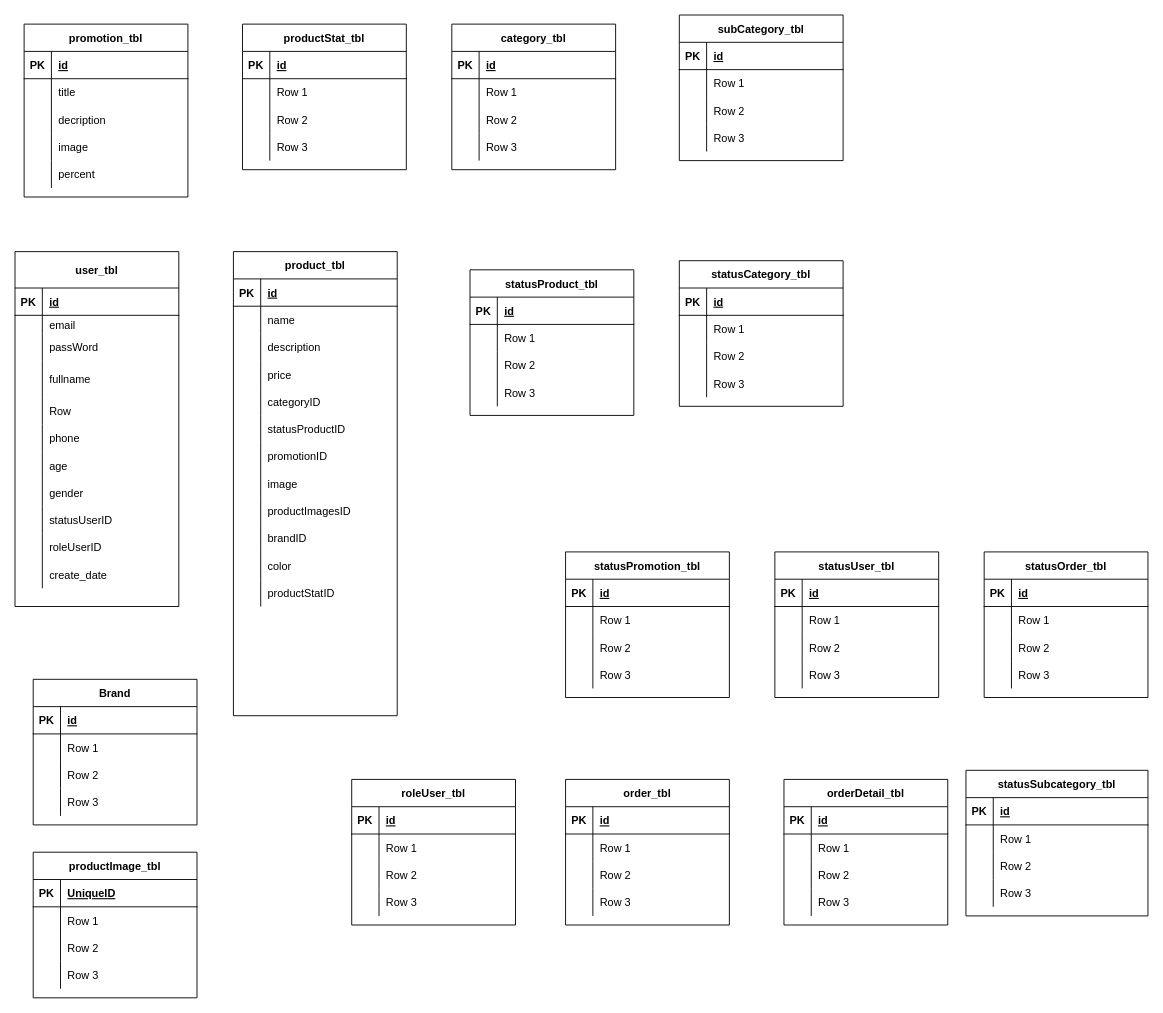
Earlier version of the draw.io diagram ERD_SHOP.drawio (ToanNguyenSVR/Ecommerce_Project). Source tidied: cells renumbered, new cells numbered last; positions are measured from the earlier drawing's top-left corner, leaving out a move shared by most shapes. Both pictures are drawn from the tidied source at 91%, with x=0, y=0 at pixel (15, 15).
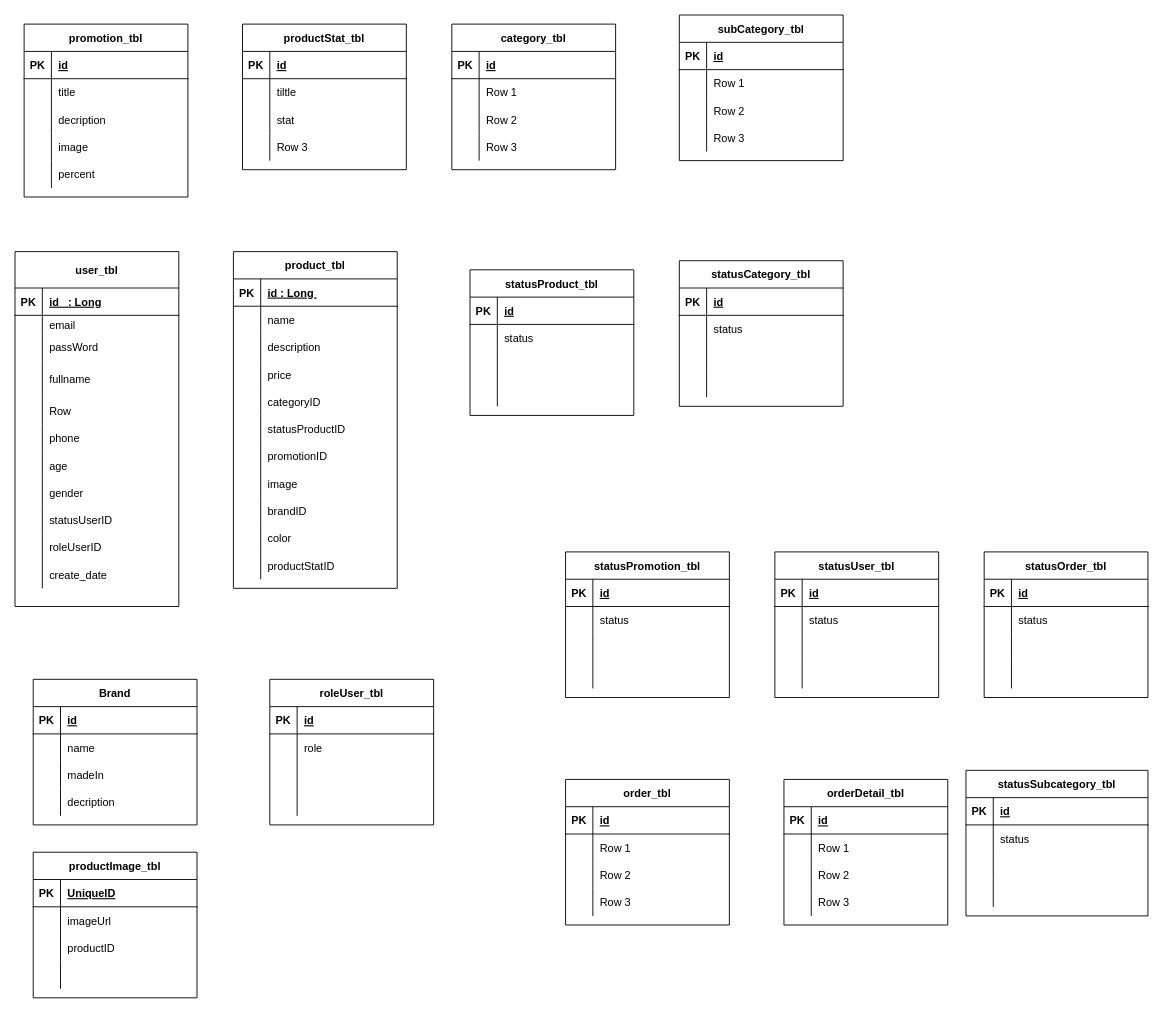
The same diagram, later.

The change refers to these unchanged cells:
```xml
<mxCell id="19" style="shape=partialRectangle;fillColor=none;top=0;left=0;bottom=1;right=0;" parent="18" vertex="1">
<mxCell id="59" style="shape=partialRectangle;fillColor=none;top=0;left=0;bottom=0;right=0;" parent="55" vertex="1">
<mxCell id="62" style="shape=partialRectangle;fillColor=none;top=0;left=0;bottom=0;right=0;" parent="55" vertex="1">
<mxCell id="65" style="shape=partialRectangle;fillColor=none;top=0;left=0;bottom=0;right=0;" parent="55" vertex="1">
<mxCell id="72" style="shape=partialRectangle;fillColor=none;top=0;left=0;bottom=0;right=0;" parent="68" vertex="1">
<mxCell id="75" style="shape=partialRectangle;fillColor=none;top=0;left=0;bottom=0;right=0;" parent="68" vertex="1">
<mxCell id="78" style="shape=partialRectangle;fillColor=none;top=0;left=0;bottom=0;right=0;" parent="68" vertex="1">
<mxCell id="98" style="shape=partialRectangle;fillColor=none;top=0;left=0;bottom=0;right=0;" parent="94" vertex="1">
<mxCell id="101" style="shape=partialRectangle;fillColor=none;top=0;left=0;bottom=0;right=0;" parent="94" vertex="1">
<mxCell id="104" style="shape=partialRectangle;fillColor=none;top=0;left=0;bottom=0;right=0;" parent="94" vertex="1">
<mxCell id="111" style="shape=partialRectangle;fillColor=none;top=0;left=0;bottom=0;right=0;" parent="107" vertex="1">
<mxCell id="114" style="shape=partialRectangle;fillColor=none;top=0;left=0;bottom=0;right=0;" parent="107" vertex="1">
<mxCell id="117" style="shape=partialRectangle;fillColor=none;top=0;left=0;bottom=0;right=0;" parent="107" vertex="1">
<mxCell id="121" style="shape=partialRectangle;fillColor=none;top=0;left=0;bottom=1;right=0;" parent="120" vertex="1">
<mxCell id="167" value="productStat_tbl" style="shape=table;startSize=30;childLayout=tableLayout;rowLines=0;fontStyle=1;align=center;" parent="1" vertex="1">
<mxCell id="210" style="shape=partialRectangle;fillColor=none;top=0;left=0;bottom=0;right=0;" parent="206" vertex="1">
<mxCell id="213" style="shape=partialRectangle;fillColor=none;top=0;left=0;bottom=0;right=0;" parent="206" vertex="1">
<mxCell id="216" style="shape=partialRectangle;fillColor=none;top=0;left=0;bottom=0;right=0;" parent="206" vertex="1">
<mxCell id="223" style="shape=partialRectangle;fillColor=none;top=0;left=0;bottom=0;right=0;" parent="219" vertex="1">
<mxCell id="226" style="shape=partialRectangle;fillColor=none;top=0;left=0;bottom=0;right=0;" parent="219" vertex="1">
<mxCell id="229" style="shape=partialRectangle;fillColor=none;top=0;left=0;bottom=0;right=0;" parent="219" vertex="1">
<mxCell id="236" style="shape=partialRectangle;fillColor=none;top=0;left=0;bottom=0;right=0;align=center;" parent="232" vertex="1">
<mxCell id="239" style="shape=partialRectangle;fillColor=none;top=0;left=0;bottom=0;right=0;align=center;" parent="232" vertex="1">
<mxCell id="242" style="shape=partialRectangle;fillColor=none;top=0;left=0;bottom=0;right=0;align=center;" parent="232" vertex="1">
<mxCell id="249" style="shape=partialRectangle;fillColor=none;top=0;left=0;bottom=0;right=0;align=center;" parent="245" vertex="1">
<mxCell id="252" style="shape=partialRectangle;fillColor=none;top=0;left=0;bottom=0;right=0;align=center;" parent="245" vertex="1">
<mxCell id="255" style="shape=partialRectangle;fillColor=none;top=0;left=0;bottom=0;right=0;align=center;" parent="245" vertex="1">
<mxCell id="262" style="shape=partialRectangle;fillColor=none;top=0;left=0;bottom=0;right=0;align=center;" parent="258" vertex="1">
<mxCell id="265" style="shape=partialRectangle;fillColor=none;top=0;left=0;bottom=0;right=0;align=center;" parent="258" vertex="1">
<mxCell id="268" style="shape=partialRectangle;fillColor=none;top=0;left=0;bottom=0;right=0;align=center;" parent="258" vertex="1">
```

What changed in the source:
```diff
@@
     <mxCell id="18" value="product_tbl" style="shape=table;startSize=30;childLayout=tableLayout;rowLines=0;fontStyle=1;align=center;" parent="1" vertex="1">
-      <mxGeometry x="240" y="260" width="180" height="510" as="geometry" />
+      <mxGeometry x="240" y="260" width="180" height="370" as="geometry" />
     </mxCell>
@@
-    <mxCell id="21" value="id" style="shape=partialRectangle;fillColor=none;top=0;left=0;bottom=0;right=0;align=left;spacingLeft=6;fontStyle=5;overflow=hidden;" parent="19" vertex="1">
+    <mxCell id="21" value="id : Long " style="shape=partialRectangle;fillColor=none;top=0;left=0;bottom=0;right=0;align=left;spacingLeft=6;fontStyle=5;overflow=hidden;" parent="19" vertex="1">
       <mxGeometry x="30" width="150" height="30" as="geometry" />
     </mxCell>
@@
-    <mxCell id="43" style="shape=partialRectangle;fillColor=none;top=0;left=0;bottom=0;right=0;align=center;" parent="18" vertex="1">
-      <mxGeometry y="270" width="180" height="30" as="geometry" />
-    </mxCell>
-    <mxCell id="44" style="shape=partialRectangle;fillColor=none;top=0;left=0;bottom=0;right=0;overflow=hidden;align=center;" parent="43" vertex="1">
-      <mxGeometry width="30" height="30" as="geometry" />
-    </mxCell>
-    <mxCell id="45" value="productImagesID" style="shape=partialRectangle;fillColor=none;top=0;left=0;bottom=0;right=0;align=left;spacingLeft=6;overflow=hidden;" parent="43" vertex="1">
-      <mxGeometry x="30" width="150" height="30" as="geometry" />
-    </mxCell>
     <mxCell id="46" style="shape=partialRectangle;fillColor=none;top=0;left=0;bottom=0;right=0;align=center;" parent="18" vertex="1">
-      <mxGeometry y="300" width="180" height="30" as="geometry" />
+      <mxGeometry y="270" width="180" height="30" as="geometry" />
     </mxCell>
@@
     <mxCell id="49" style="shape=partialRectangle;fillColor=none;top=0;left=0;bottom=0;right=0;align=center;" parent="18" vertex="1">
-      <mxGeometry y="330" width="180" height="30" as="geometry" />
+      <mxGeometry y="300" width="180" height="30" as="geometry" />
     </mxCell>
@@
     <mxCell id="52" style="shape=partialRectangle;fillColor=none;top=0;left=0;bottom=0;right=0;align=center;" parent="18" vertex="1">
-      <mxGeometry y="360" width="180" height="30" as="geometry" />
+      <mxGeometry y="330" width="180" height="30" as="geometry" />
     </mxCell>
@@
-    <mxCell id="61" value="Row 1" style="shape=partialRectangle;fillColor=none;top=0;left=0;bottom=0;right=0;align=left;spacingLeft=6;overflow=hidden;" parent="59" vertex="1">
+    <mxCell id="61" value="status" style="shape=partialRectangle;fillColor=none;top=0;left=0;bottom=0;right=0;align=left;spacingLeft=6;overflow=hidden;" parent="59" vertex="1">
       <mxGeometry x="30" width="150" height="30" as="geometry" />
     </mxCell>
@@
-    <mxCell id="64" value="Row 2" style="shape=partialRectangle;fillColor=none;top=0;left=0;bottom=0;right=0;align=left;spacingLeft=6;overflow=hidden;" parent="62" vertex="1">
+    <mxCell id="64" style="shape=partialRectangle;fillColor=none;top=0;left=0;bottom=0;right=0;align=left;spacingLeft=6;overflow=hidden;" parent="62" vertex="1">
       <mxGeometry x="30" width="150" height="30" as="geometry" />
     </mxCell>
@@
-    <mxCell id="67" value="Row 3" style="shape=partialRectangle;fillColor=none;top=0;left=0;bottom=0;right=0;align=left;spacingLeft=6;overflow=hidden;" parent="65" vertex="1">
+    <mxCell id="67" style="shape=partialRectangle;fillColor=none;top=0;left=0;bottom=0;right=0;align=left;spacingLeft=6;overflow=hidden;" parent="65" vertex="1">
       <mxGeometry x="30" width="150" height="30" as="geometry" />
     </mxCell>
@@
-    <mxCell id="74" value="Row 1" style="shape=partialRectangle;fillColor=none;top=0;left=0;bottom=0;right=0;align=left;spacingLeft=6;overflow=hidden;" parent="72" vertex="1">
+    <mxCell id="74" value="status" style="shape=partialRectangle;fillColor=none;top=0;left=0;bottom=0;right=0;align=left;spacingLeft=6;overflow=hidden;" parent="72" vertex="1">
       <mxGeometry x="30" width="150" height="30" as="geometry" />
     </mxCell>
@@
-    <mxCell id="77" value="Row 2" style="shape=partialRectangle;fillColor=none;top=0;left=0;bottom=0;right=0;align=left;spacingLeft=6;overflow=hidden;" parent="75" vertex="1">
+    <mxCell id="77" style="shape=partialRectangle;fillColor=none;top=0;left=0;bottom=0;right=0;align=left;spacingLeft=6;overflow=hidden;" parent="75" vertex="1">
       <mxGeometry x="30" width="150" height="30" as="geometry" />
     </mxCell>
@@
-    <mxCell id="80" value="Row 3" style="shape=partialRectangle;fillColor=none;top=0;left=0;bottom=0;right=0;align=left;spacingLeft=6;overflow=hidden;" parent="78" vertex="1">
+    <mxCell id="80" style="shape=partialRectangle;fillColor=none;top=0;left=0;bottom=0;right=0;align=left;spacingLeft=6;overflow=hidden;" parent="78" vertex="1">
       <mxGeometry x="30" width="150" height="30" as="geometry" />
     </mxCell>
@@
-    <mxCell id="100" value="Row 1" style="shape=partialRectangle;fillColor=none;top=0;left=0;bottom=0;right=0;align=left;spacingLeft=6;overflow=hidden;" parent="98" vertex="1">
+    <mxCell id="100" value="status" style="shape=partialRectangle;fillColor=none;top=0;left=0;bottom=0;right=0;align=left;spacingLeft=6;overflow=hidden;" parent="98" vertex="1">
       <mxGeometry x="30" width="150" height="30" as="geometry" />
     </mxCell>
@@
-    <mxCell id="103" value="Row 2" style="shape=partialRectangle;fillColor=none;top=0;left=0;bottom=0;right=0;align=left;spacingLeft=6;overflow=hidden;" parent="101" vertex="1">
+    <mxCell id="103" style="shape=partialRectangle;fillColor=none;top=0;left=0;bottom=0;right=0;align=left;spacingLeft=6;overflow=hidden;" parent="101" vertex="1">
       <mxGeometry x="30" width="150" height="30" as="geometry" />
     </mxCell>
@@
-    <mxCell id="106" value="Row 3" style="shape=partialRectangle;fillColor=none;top=0;left=0;bottom=0;right=0;align=left;spacingLeft=6;overflow=hidden;" parent="104" vertex="1">
+    <mxCell id="106" style="shape=partialRectangle;fillColor=none;top=0;left=0;bottom=0;right=0;align=left;spacingLeft=6;overflow=hidden;" parent="104" vertex="1">
       <mxGeometry x="30" width="150" height="30" as="geometry" />
     </mxCell>
@@
-    <mxCell id="113" value="Row 1" style="shape=partialRectangle;fillColor=none;top=0;left=0;bottom=0;right=0;align=left;spacingLeft=6;overflow=hidden;" parent="111" vertex="1">
+    <mxCell id="113" value="status" style="shape=partialRectangle;fillColor=none;top=0;left=0;bottom=0;right=0;align=left;spacingLeft=6;overflow=hidden;" parent="111" vertex="1">
       <mxGeometry x="30" width="170" height="30" as="geometry" />
     </mxCell>
@@
-    <mxCell id="116" value="Row 2" style="shape=partialRectangle;fillColor=none;top=0;left=0;bottom=0;right=0;align=left;spacingLeft=6;overflow=hidden;" parent="114" vertex="1">
+    <mxCell id="116" style="shape=partialRectangle;fillColor=none;top=0;left=0;bottom=0;right=0;align=left;spacingLeft=6;overflow=hidden;" parent="114" vertex="1">
       <mxGeometry x="30" width="170" height="30" as="geometry" />
     </mxCell>
@@
-    <mxCell id="119" value="Row 3" style="shape=partialRectangle;fillColor=none;top=0;left=0;bottom=0;right=0;align=left;spacingLeft=6;overflow=hidden;" parent="117" vertex="1">
+    <mxCell id="119" style="shape=partialRectangle;fillColor=none;top=0;left=0;bottom=0;right=0;align=left;spacingLeft=6;overflow=hidden;" parent="117" vertex="1">
       <mxGeometry x="30" width="170" height="30" as="geometry" />
     </mxCell>
@@
-    <mxCell id="123" value="id" style="shape=partialRectangle;fillColor=none;top=0;left=0;bottom=0;right=0;align=left;spacingLeft=6;fontStyle=5;overflow=hidden;" parent="121" vertex="1">
+    <mxCell id="123" value="id   : Long" style="shape=partialRectangle;fillColor=none;top=0;left=0;bottom=0;right=0;align=left;spacingLeft=6;fontStyle=5;overflow=hidden;" parent="121" vertex="1">
       <mxGeometry x="30" width="150" height="30" as="geometry" />
     </mxCell>
@@
+    <mxCell id="174" style="shape=partialRectangle;fillColor=none;top=0;left=0;bottom=0;right=0;" parent="167" vertex="1">
+      <mxGeometry y="60" width="180" height="30" as="geometry" />
+    </mxCell>
+    <mxCell id="175" style="shape=partialRectangle;fillColor=none;top=0;left=0;bottom=0;right=0;overflow=hidden;" parent="174" vertex="1">
+      <mxGeometry width="30" height="30" as="geometry" />
+    </mxCell>
+    <mxCell id="176" value="tiltle" style="shape=partialRectangle;fillColor=none;top=0;left=0;bottom=0;right=0;align=left;spacingLeft=6;overflow=hidden;" parent="174" vertex="1">
+      <mxGeometry x="30" width="150" height="30" as="geometry" />
+    </mxCell>
     <mxCell id="171" style="shape=partialRectangle;fillColor=none;top=0;left=0;bottom=0;right=0;" parent="167" vertex="1">
-      <mxGeometry y="60" width="180" height="30" as="geometry" />
+      <mxGeometry y="90" width="180" height="30" as="geometry" />
     </mxCell>
@@
-    <mxCell id="173" value="Row 1" style="shape=partialRectangle;fillColor=none;top=0;left=0;bottom=0;right=0;align=left;spacingLeft=6;overflow=hidden;" parent="171" vertex="1">
+    <mxCell id="173" value="stat" style="shape=partialRectangle;fillColor=none;top=0;left=0;bottom=0;right=0;align=left;spacingLeft=6;overflow=hidden;" parent="171" vertex="1">
       <mxGeometry x="30" width="150" height="30" as="geometry" />
     </mxCell>
-    <mxCell id="174" style="shape=partialRectangle;fillColor=none;top=0;left=0;bottom=0;right=0;" parent="167" vertex="1">
-      <mxGeometry y="90" width="180" height="30" as="geometry" />
-    </mxCell>
-    <mxCell id="175" style="shape=partialRectangle;fillColor=none;top=0;left=0;bottom=0;right=0;overflow=hidden;" parent="174" vertex="1">
-      <mxGeometry width="30" height="30" as="geometry" />
-    </mxCell>
-    <mxCell id="176" value="Row 2" style="shape=partialRectangle;fillColor=none;top=0;left=0;bottom=0;right=0;align=left;spacingLeft=6;overflow=hidden;" parent="174" vertex="1">
-      <mxGeometry x="30" width="150" height="30" as="geometry" />
-    </mxCell>
@@
-    <mxCell id="212" value="Row 1" style="shape=partialRectangle;fillColor=none;top=0;left=0;bottom=0;right=0;align=left;spacingLeft=6;overflow=hidden;" parent="210" vertex="1">
+    <mxCell id="212" value="status" style="shape=partialRectangle;fillColor=none;top=0;left=0;bottom=0;right=0;align=left;spacingLeft=6;overflow=hidden;" parent="210" vertex="1">
       <mxGeometry x="30" width="150" height="30" as="geometry" />
     </mxCell>
@@
-    <mxCell id="215" value="Row 2" style="shape=partialRectangle;fillColor=none;top=0;left=0;bottom=0;right=0;align=left;spacingLeft=6;overflow=hidden;" parent="213" vertex="1">
+    <mxCell id="215" style="shape=partialRectangle;fillColor=none;top=0;left=0;bottom=0;right=0;align=left;spacingLeft=6;overflow=hidden;" parent="213" vertex="1">
       <mxGeometry x="30" width="150" height="30" as="geometry" />
     </mxCell>
@@
-    <mxCell id="218" value="Row 3" style="shape=partialRectangle;fillColor=none;top=0;left=0;bottom=0;right=0;align=left;spacingLeft=6;overflow=hidden;" parent="216" vertex="1">
+    <mxCell id="218" style="shape=partialRectangle;fillColor=none;top=0;left=0;bottom=0;right=0;align=left;spacingLeft=6;overflow=hidden;" parent="216" vertex="1">
       <mxGeometry x="30" width="150" height="30" as="geometry" />
     </mxCell>
@@
-    <mxCell id="225" value="Row 1" style="shape=partialRectangle;fillColor=none;top=0;left=0;bottom=0;right=0;align=left;spacingLeft=6;overflow=hidden;" parent="223" vertex="1">
+    <mxCell id="225" value="status" style="shape=partialRectangle;fillColor=none;top=0;left=0;bottom=0;right=0;align=left;spacingLeft=6;overflow=hidden;" parent="223" vertex="1">
       <mxGeometry x="30" width="150" height="30" as="geometry" />
     </mxCell>
@@
-    <mxCell id="228" value="Row 2" style="shape=partialRectangle;fillColor=none;top=0;left=0;bottom=0;right=0;align=left;spacingLeft=6;overflow=hidden;" parent="226" vertex="1">
+    <mxCell id="228" style="shape=partialRectangle;fillColor=none;top=0;left=0;bottom=0;right=0;align=left;spacingLeft=6;overflow=hidden;" parent="226" vertex="1">
       <mxGeometry x="30" width="150" height="30" as="geometry" />
     </mxCell>
@@
-    <mxCell id="231" value="Row 3" style="shape=partialRectangle;fillColor=none;top=0;left=0;bottom=0;right=0;align=left;spacingLeft=6;overflow=hidden;" parent="229" vertex="1">
+    <mxCell id="231" style="shape=partialRectangle;fillColor=none;top=0;left=0;bottom=0;right=0;align=left;spacingLeft=6;overflow=hidden;" parent="229" vertex="1">
       <mxGeometry x="30" width="150" height="30" as="geometry" />
     </mxCell>
     <mxCell id="232" value="roleUser_tbl" style="shape=table;startSize=30;childLayout=tableLayout;rowLines=0;fontStyle=1;align=center;" parent="1" vertex="1">
-      <mxGeometry x="370" y="840" width="180" height="160" as="geometry" />
+      <mxGeometry x="280" y="730" width="180" height="160" as="geometry" />
     </mxCell>
@@
-    <mxCell id="238" value="Row 1" style="shape=partialRectangle;fillColor=none;top=0;left=0;bottom=0;right=0;align=left;spacingLeft=6;overflow=hidden;" parent="236" vertex="1">
+    <mxCell id="238" value="role" style="shape=partialRectangle;fillColor=none;top=0;left=0;bottom=0;right=0;align=left;spacingLeft=6;overflow=hidden;" parent="236" vertex="1">
       <mxGeometry x="30" width="150" height="30" as="geometry" />
     </mxCell>
@@
-    <mxCell id="241" value="Row 2" style="shape=partialRectangle;fillColor=none;top=0;left=0;bottom=0;right=0;align=left;spacingLeft=6;overflow=hidden;" parent="239" vertex="1">
+    <mxCell id="241" style="shape=partialRectangle;fillColor=none;top=0;left=0;bottom=0;right=0;align=left;spacingLeft=6;overflow=hidden;" parent="239" vertex="1">
       <mxGeometry x="30" width="150" height="30" as="geometry" />
     </mxCell>
@@
-    <mxCell id="244" value="Row 3" style="shape=partialRectangle;fillColor=none;top=0;left=0;bottom=0;right=0;align=left;spacingLeft=6;overflow=hidden;" parent="242" vertex="1">
+    <mxCell id="244" style="shape=partialRectangle;fillColor=none;top=0;left=0;bottom=0;right=0;align=left;spacingLeft=6;overflow=hidden;" parent="242" vertex="1">
       <mxGeometry x="30" width="150" height="30" as="geometry" />
     </mxCell>
@@
-    <mxCell id="251" value="Row 1" style="shape=partialRectangle;fillColor=none;top=0;left=0;bottom=0;right=0;align=left;spacingLeft=6;overflow=hidden;" parent="249" vertex="1">
+    <mxCell id="251" value="imageUrl" style="shape=partialRectangle;fillColor=none;top=0;left=0;bottom=0;right=0;align=left;spacingLeft=6;overflow=hidden;" parent="249" vertex="1">
       <mxGeometry x="30" width="150" height="30" as="geometry" />
     </mxCell>
@@
-    <mxCell id="254" value="Row 2" style="shape=partialRectangle;fillColor=none;top=0;left=0;bottom=0;right=0;align=left;spacingLeft=6;overflow=hidden;" parent="252" vertex="1">
+    <mxCell id="254" value="productID" style="shape=partialRectangle;fillColor=none;top=0;left=0;bottom=0;right=0;align=left;spacingLeft=6;overflow=hidden;" parent="252" vertex="1">
       <mxGeometry x="30" width="150" height="30" as="geometry" />
     </mxCell>
@@
-    <mxCell id="257" value="Row 3" style="shape=partialRectangle;fillColor=none;top=0;left=0;bottom=0;right=0;align=left;spacingLeft=6;overflow=hidden;" parent="255" vertex="1">
+    <mxCell id="257" style="shape=partialRectangle;fillColor=none;top=0;left=0;bottom=0;right=0;align=left;spacingLeft=6;overflow=hidden;" parent="255" vertex="1">
       <mxGeometry x="30" width="150" height="30" as="geometry" />
     </mxCell>
@@
-    <mxCell id="264" value="Row 1" style="shape=partialRectangle;fillColor=none;top=0;left=0;bottom=0;right=0;align=left;spacingLeft=6;overflow=hidden;" parent="262" vertex="1">
+    <mxCell id="264" value="name " style="shape=partialRectangle;fillColor=none;top=0;left=0;bottom=0;right=0;align=left;spacingLeft=6;overflow=hidden;" parent="262" vertex="1">
       <mxGeometry x="30" width="150" height="30" as="geometry" />
     </mxCell>
@@
-    <mxCell id="267" value="Row 2" style="shape=partialRectangle;fillColor=none;top=0;left=0;bottom=0;right=0;align=left;spacingLeft=6;overflow=hidden;" parent="265" vertex="1">
+    <mxCell id="267" value="madeIn" style="shape=partialRectangle;fillColor=none;top=0;left=0;bottom=0;right=0;align=left;spacingLeft=6;overflow=hidden;" parent="265" vertex="1">
       <mxGeometry x="30" width="150" height="30" as="geometry" />
     </mxCell>
@@
-    <mxCell id="270" value="Row 3" style="shape=partialRectangle;fillColor=none;top=0;left=0;bottom=0;right=0;align=left;spacingLeft=6;overflow=hidden;" parent="268" vertex="1">
+    <mxCell id="270" value="decription" style="shape=partialRectangle;fillColor=none;top=0;left=0;bottom=0;right=0;align=left;spacingLeft=6;overflow=hidden;" parent="268" vertex="1">
       <mxGeometry x="30" width="150" height="30" as="geometry" />
     </mxCell>
```
